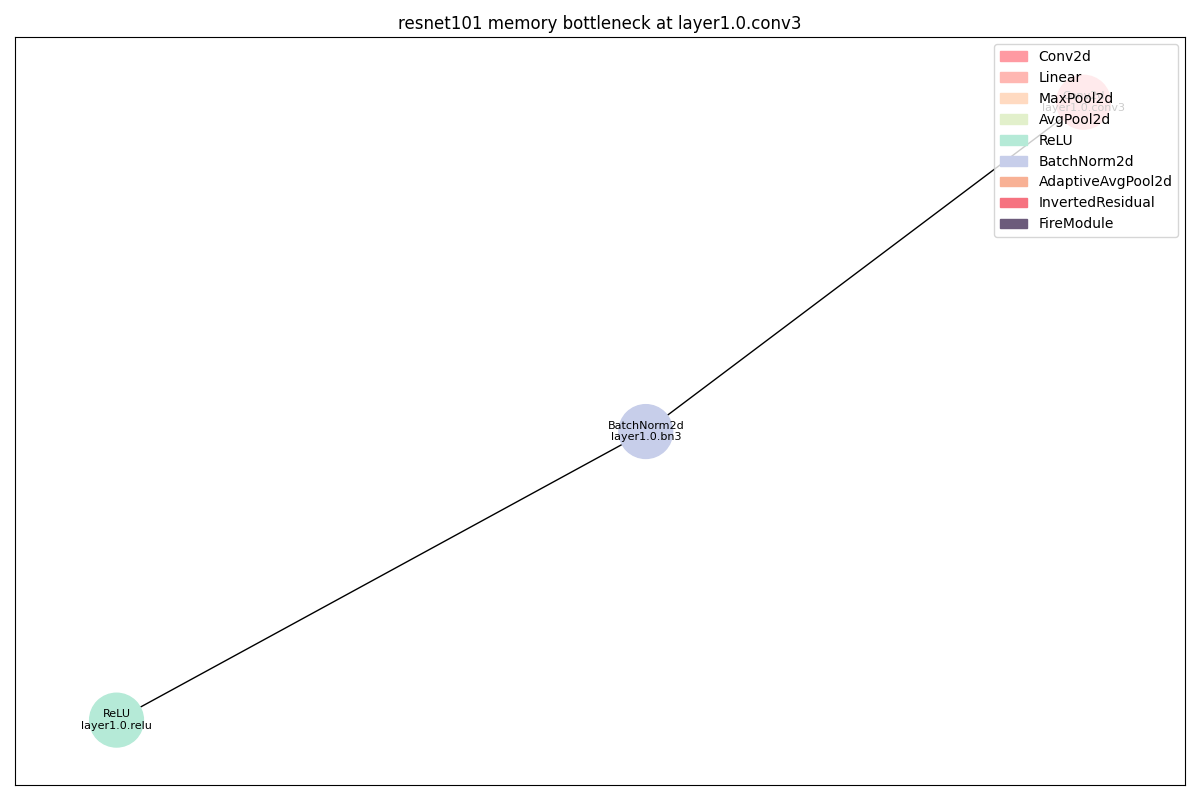
The Graphviz diagram dags/resnet101_memory_layer1_0_conv3_op.png in 11222-Meng/DNN_Bottlen_Layer_Analysis, before a commit. Its source is kept beside it as dags/resnet101_memory_layer1_0_conv3_op.dot. Its diagram source:
```dot
strict digraph "" {
	Conv2d_0	[color="#FF9AA2",
		layer_name="layer1.0.conv3",
		params=16384,
		type=Conv2d];
	BatchNorm2d_0	[color="#C7CEEA",
		layer_name="layer1.0.bn3",
		params=512,
		type=BatchNorm2d];
	Conv2d_0 -> BatchNorm2d_0;
	ReLU_0	[color="#B5EAD7",
		layer_name="layer1.0.relu",
		params=0,
		type=ReLU];
	BatchNorm2d_0 -> ReLU_0;
}
```
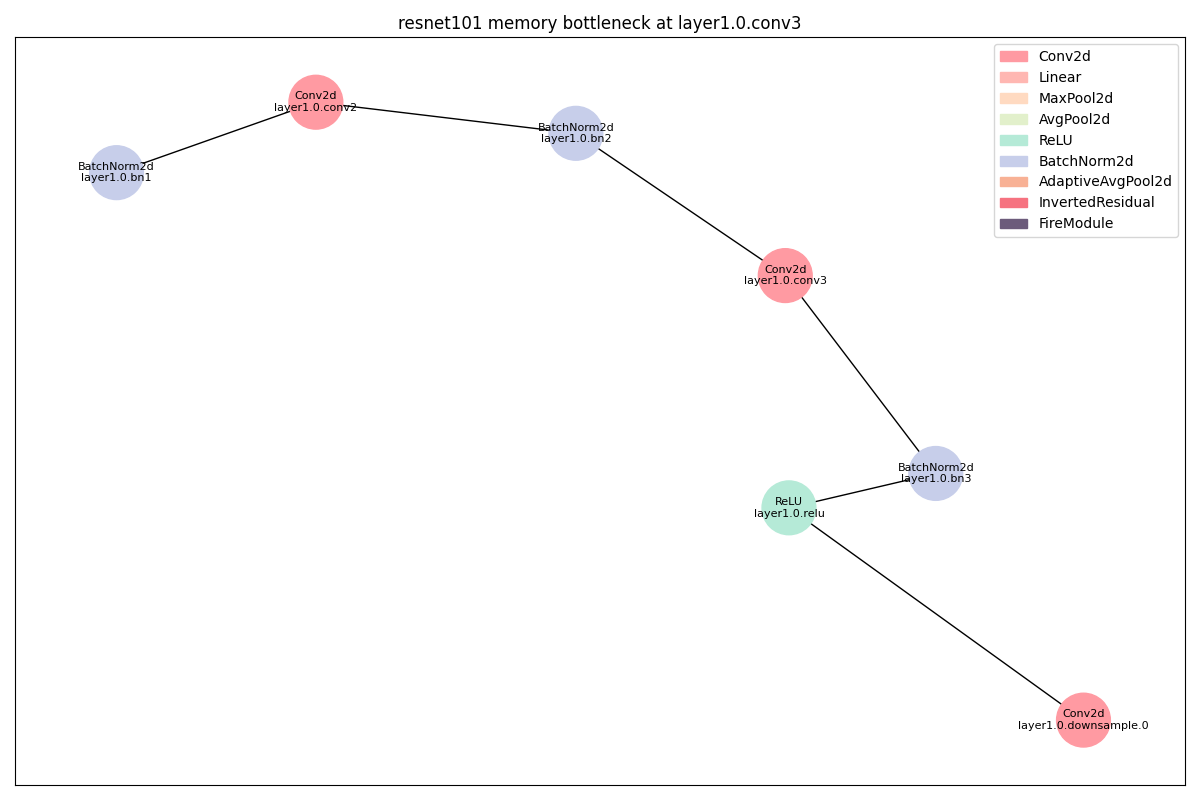
After the change.

Diff of the diagram source:
```diff
@@ -1,16 +1,36 @@
 strict digraph "" {
+	BatchNorm2d_0	[color="#C7CEEA",
+		layer_name="layer1.0.bn1",
+		params=128,
+		type=BatchNorm2d];
 	Conv2d_0	[color="#FF9AA2",
+		layer_name="layer1.0.conv2",
+		params=36864,
+		type=Conv2d];
+	BatchNorm2d_0 -> Conv2d_0;
+	BatchNorm2d_1	[color="#C7CEEA",
+		layer_name="layer1.0.bn2",
+		params=128,
+		type=BatchNorm2d];
+	Conv2d_0 -> BatchNorm2d_1;
+	Conv2d_1	[color="#FF9AA2",
 		layer_name="layer1.0.conv3",
 		params=16384,
 		type=Conv2d];
-	BatchNorm2d_0	[color="#C7CEEA",
+	BatchNorm2d_1 -> Conv2d_1;
+	BatchNorm2d_2	[color="#C7CEEA",
 		layer_name="layer1.0.bn3",
 		params=512,
 		type=BatchNorm2d];
-	Conv2d_0 -> BatchNorm2d_0;
+	Conv2d_1 -> BatchNorm2d_2;
 	ReLU_0	[color="#B5EAD7",
 		layer_name="layer1.0.relu",
 		params=0,
 		type=ReLU];
-	BatchNorm2d_0 -> ReLU_0;
+	BatchNorm2d_2 -> ReLU_0;
+	Conv2d_2	[color="#FF9AA2",
+		layer_name="layer1.0.downsample.0",
+		params=16384,
+		type=Conv2d];
+	ReLU_0 -> Conv2d_2;
 }
```
